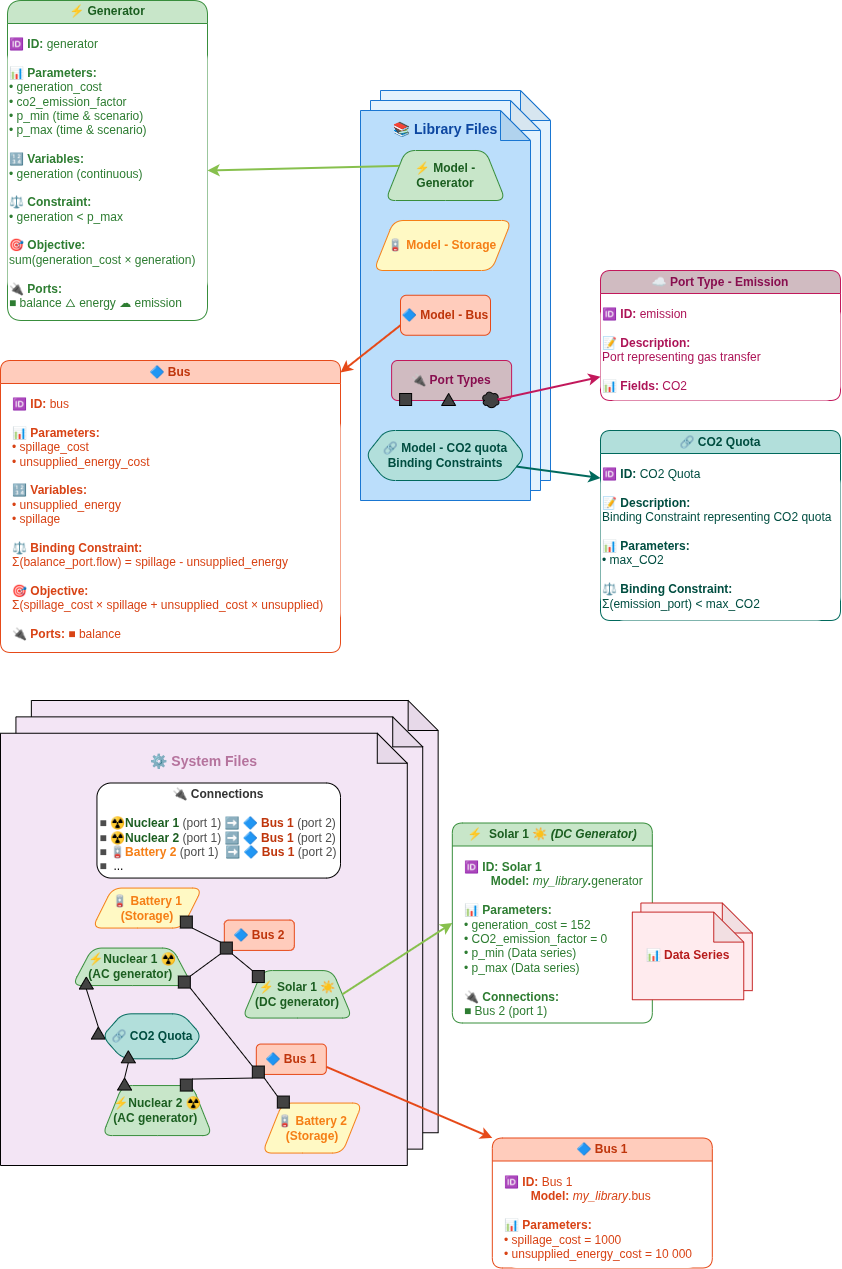
Above: doc/assets/6_GEMS_architecture.png in AntaresSimulatorTeam/GEMS (draw.io), before the change. Source tidied: cells renumbered, new cells last; positions are measured from the earlier drawing's top-left corner, leaving out a move shared by most shapes.
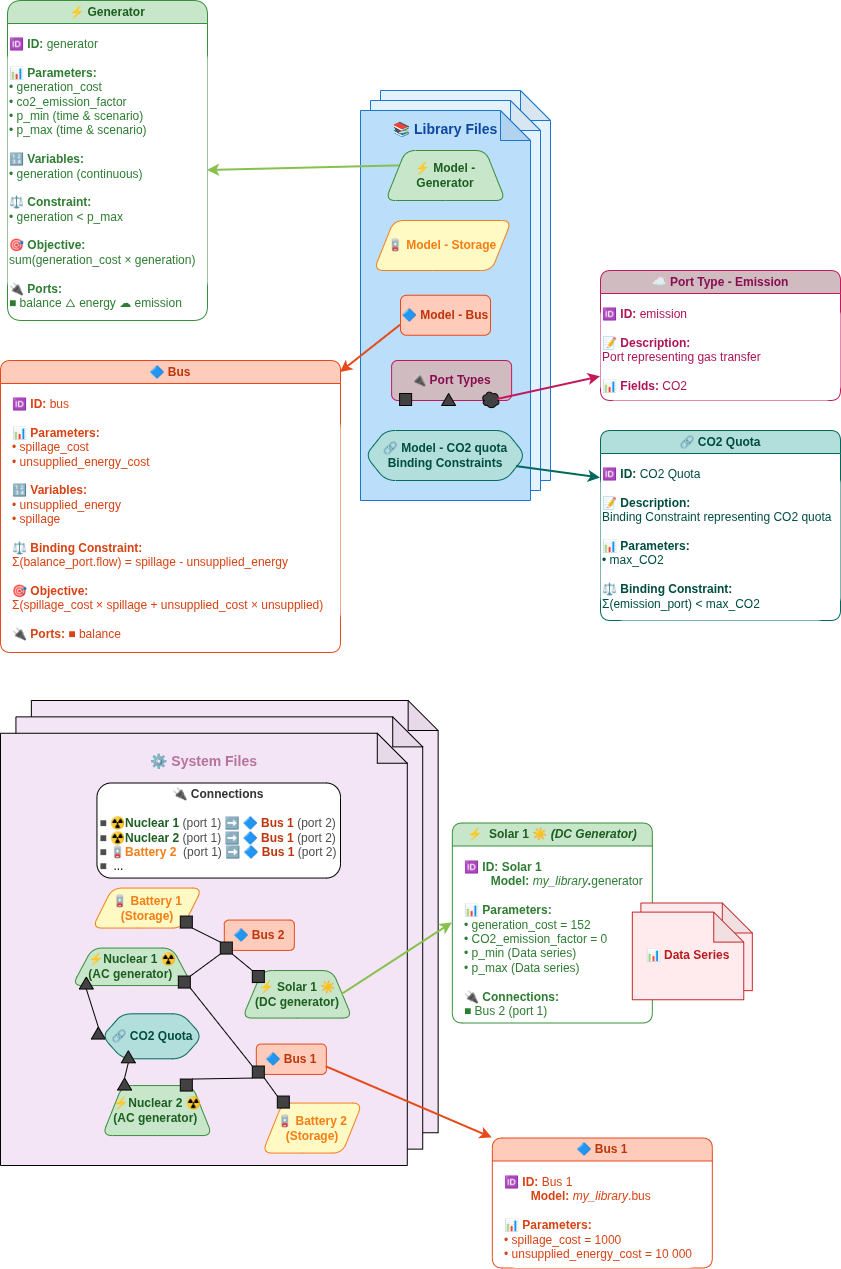
The same diagram one commit later.

The edit, as a diff of the source:
```diff
@@ -14,7 +14,7 @@
     <mxCell id="5" value="&lt;b&gt;&lt;font style=&quot;font-size: 14px; color: rgb(181, 115, 157);&quot;&gt;⚙️ System Files&lt;/font&gt;&lt;/b&gt;&lt;div&gt;&lt;font color=&quot;#b5739d&quot;&gt;&lt;span style=&quot;font-size: 14px;&quot;&gt;&lt;b&gt;&lt;br&gt;&lt;/b&gt;&lt;/span&gt;&lt;/font&gt;&lt;div&gt;&lt;b&gt;&lt;font size=&quot;3&quot; style=&quot;color: rgb(181, 115, 157);&quot;&gt;&lt;br&gt;&lt;/font&gt;&lt;/b&gt;&lt;/div&gt;&lt;div&gt;&lt;b&gt;&lt;font size=&quot;3&quot; style=&quot;color: rgb(181, 115, 157);&quot;&gt;&lt;br&gt;&lt;/font&gt;&lt;/b&gt;&lt;/div&gt;&lt;div&gt;&lt;b&gt;&lt;font size=&quot;3&quot; style=&quot;color: rgb(181, 115, 157);&quot;&gt;&lt;br&gt;&lt;/font&gt;&lt;/b&gt;&lt;/div&gt;&lt;div&gt;&lt;b&gt;&lt;font size=&quot;3&quot; style=&quot;color: rgb(181, 115, 157);&quot;&gt;&lt;br&gt;&lt;/font&gt;&lt;/b&gt;&lt;/div&gt;&lt;div&gt;&lt;font style=&quot;color: rgb(181, 115, 157);&quot;&gt;&lt;br&gt;&lt;/font&gt;&lt;/div&gt;&lt;div&gt;&lt;b&gt;&lt;font size=&quot;3&quot; style=&quot;color: rgb(181, 115, 157);&quot;&gt;&lt;br&gt;&lt;/font&gt;&lt;/b&gt;&lt;/div&gt;&lt;div&gt;&lt;b&gt;&lt;font size=&quot;3&quot; style=&quot;color: rgb(181, 115, 157);&quot;&gt;&lt;br&gt;&lt;/font&gt;&lt;/b&gt;&lt;/div&gt;&lt;div&gt;&lt;b&gt;&lt;font size=&quot;3&quot; style=&quot;color: rgb(181, 115, 157);&quot;&gt;&lt;br&gt;&lt;/font&gt;&lt;/b&gt;&lt;/div&gt;&lt;div&gt;&lt;b&gt;&lt;font size=&quot;3&quot; style=&quot;color: rgb(181, 115, 157);&quot;&gt;&lt;br&gt;&lt;/font&gt;&lt;/b&gt;&lt;/div&gt;&lt;div&gt;&lt;b&gt;&lt;font size=&quot;3&quot; style=&quot;color: rgb(181, 115, 157);&quot;&gt;&lt;br&gt;&lt;/font&gt;&lt;/b&gt;&lt;/div&gt;&lt;div&gt;&lt;b&gt;&lt;font size=&quot;3&quot; style=&quot;color: rgb(181, 115, 157);&quot;&gt;&lt;br&gt;&lt;/font&gt;&lt;/b&gt;&lt;/div&gt;&lt;div&gt;&lt;b&gt;&lt;font size=&quot;3&quot; style=&quot;color: rgb(181, 115, 157);&quot;&gt;&lt;br&gt;&lt;/font&gt;&lt;/b&gt;&lt;/div&gt;&lt;div&gt;&lt;b&gt;&lt;font size=&quot;3&quot; style=&quot;color: rgb(181, 115, 157);&quot;&gt;&lt;br&gt;&lt;/font&gt;&lt;/b&gt;&lt;/div&gt;&lt;div&gt;&lt;b&gt;&lt;font size=&quot;3&quot; style=&quot;color: rgb(181, 115, 157);&quot;&gt;&lt;br&gt;&lt;/font&gt;&lt;/b&gt;&lt;/div&gt;&lt;div&gt;&lt;b&gt;&lt;font size=&quot;3&quot; style=&quot;color: rgb(181, 115, 157);&quot;&gt;&lt;br&gt;&lt;/font&gt;&lt;/b&gt;&lt;/div&gt;&lt;div&gt;&lt;b&gt;&lt;font size=&quot;3&quot; style=&quot;color: rgb(181, 115, 157);&quot;&gt;&lt;br&gt;&lt;/font&gt;&lt;/b&gt;&lt;/div&gt;&lt;div&gt;&lt;br style=&quot;color: rgb(74, 20, 140); font-size: 14px; font-weight: 700;&quot;&gt;&lt;/div&gt;&lt;div&gt;&lt;br&gt;&lt;/div&gt;&lt;div&gt;&lt;br&gt;&lt;/div&gt;&lt;div&gt;&lt;br&gt;&lt;/div&gt;&lt;/div&gt;" style="shape=note;whiteSpace=wrap;html=1;backgroundOutline=1;darkOpacity=0.05;fillColor=#F3E5F5;" parent="2" vertex="1">
       <mxGeometry y="32.7" width="406.8" height="432.3" as="geometry" />
     </mxCell>
-    <mxCell id="6" value="&lt;div style=&quot;&quot;&gt;&lt;span style=&quot;color: rgb(77, 77, 77); background-color: transparent;&quot;&gt;&lt;b style=&quot;color: rgb(51, 51, 51);&quot;&gt;🔌&lt;/b&gt;&lt;span style=&quot;color: rgb(51, 51, 51); font-weight: 700;&quot;&gt;&amp;nbsp;Connections&lt;/span&gt;&lt;/span&gt;&lt;/div&gt;&lt;div style=&quot;text-align: left;&quot;&gt;&lt;span style=&quot;color: rgb(77, 77, 77); background-color: transparent;&quot;&gt;&lt;span style=&quot;color: rgb(51, 51, 51); font-weight: 700; text-align: center;&quot;&gt;&lt;br&gt;&lt;/span&gt;&lt;/span&gt;&lt;/div&gt;&lt;div style=&quot;text-align: left;&quot;&gt;&lt;span style=&quot;color: rgb(77, 77, 77); background-color: transparent;&quot;&gt;■&amp;nbsp;&lt;/span&gt;&lt;span style=&quot;color: rgb(27, 94, 32); font-weight: 700; background-color: transparent; text-align: center;&quot;&gt;☢️&lt;/span&gt;&lt;span style=&quot;background-color: transparent; color: rgb(27, 94, 32); font-weight: 700; text-align: center;&quot;&gt;Nuclear 1&lt;/span&gt;&lt;span style=&quot;background-color: transparent; color: rgb(77, 77, 77);&quot;&gt;&amp;nbsp;(port 1) ➡️&amp;nbsp;&lt;/span&gt;&lt;span style=&quot;color: rgb(191, 54, 12); font-weight: 700; background-color: transparent; text-align: center;&quot;&gt;🔷&lt;/span&gt;&lt;span style=&quot;background-color: transparent; color: rgb(77, 77, 77);&quot;&gt;&amp;nbsp;&lt;/span&gt;&lt;span style=&quot;background-color: transparent; color: rgb(191, 54, 12); font-weight: 700; text-align: center;&quot;&gt;Bus 1&lt;/span&gt;&lt;span style=&quot;background-color: transparent; color: rgb(77, 77, 77);&quot;&gt;&amp;nbsp;(port 2)&lt;/span&gt;&lt;/div&gt;&lt;div style=&quot;text-align: left;&quot;&gt;&lt;font style=&quot;color: rgb(77, 77, 77);&quot;&gt;■&amp;nbsp;&lt;/font&gt;&lt;span style=&quot;color: rgb(27, 94, 32); font-weight: 700; background-color: transparent; text-align: center;&quot;&gt;☢️&lt;/span&gt;&lt;font style=&quot;background-color: transparent; color: rgb(77, 77, 77);&quot;&gt;&lt;span style=&quot;color: rgb(27, 94, 32); font-weight: 700; text-align: center;&quot;&gt;Nuclear 2&lt;/span&gt;&amp;nbsp;(port 1) ➡️&amp;nbsp;&lt;/font&gt;&lt;span style=&quot;color: rgb(191, 54, 12); font-weight: 700; background-color: transparent; text-align: center;&quot;&gt;🔷&amp;nbsp;&lt;/span&gt;&lt;span style=&quot;background-color: transparent; color: rgb(191, 54, 12); font-weight: 700; text-align: center;&quot;&gt;Bus 1&lt;/span&gt;&lt;font style=&quot;background-color: transparent; color: rgb(77, 77, 77);&quot;&gt;&amp;nbsp;&lt;/font&gt;&lt;span style=&quot;background-color: transparent; color: rgb(77, 77, 77);&quot;&gt;(port 2)&lt;/span&gt;&lt;/div&gt;&lt;div style=&quot;text-align: left;&quot;&gt;&lt;font style=&quot;color: rgb(77, 77, 77);&quot;&gt;■&amp;nbsp;&lt;/font&gt;&lt;span style=&quot;color: rgb(245, 127, 23); font-weight: 700; background-color: transparent; text-align: center;&quot;&gt;🪫&lt;/span&gt;&lt;font style=&quot;background-color: transparent; color: rgb(77, 77, 77);&quot;&gt;&lt;span style=&quot;color: rgb(245, 127, 23); font-weight: 700; text-align: center;&quot;&gt;Battery 2&lt;/span&gt;&amp;nbsp;(port 1)&amp;nbsp; ➡️&amp;nbsp;&lt;/font&gt;&lt;span style=&quot;color: rgb(191, 54, 12); font-weight: 700; background-color: transparent; text-align: center;&quot;&gt;🔷&amp;nbsp;&lt;/span&gt;&lt;span style=&quot;background-color: transparent; color: rgb(191, 54, 12); font-weight: 700; text-align: center;&quot;&gt;Bus 1&lt;/span&gt;&lt;font style=&quot;background-color: transparent; color: rgb(77, 77, 77);&quot;&gt;&amp;nbsp;&lt;/font&gt;&lt;span style=&quot;background-color: transparent; color: rgb(77, 77, 77);&quot;&gt;(port 2)&lt;/span&gt;&lt;/div&gt;&lt;div style=&quot;text-align: left;&quot;&gt;&lt;span style=&quot;color: rgb(77, 77, 77); background-color: transparent;&quot;&gt;■&amp;nbsp;&amp;nbsp;&lt;/span&gt;...&lt;/div&gt;" style="rounded=1;whiteSpace=wrap;html=1;" parent="2" vertex="1">
+    <mxCell id="6" value="&lt;div style=&quot;&quot;&gt;&lt;span style=&quot;color: rgb(77, 77, 77); background-color: transparent;&quot;&gt;&lt;b style=&quot;color: rgb(51, 51, 51);&quot;&gt;🔌&lt;/b&gt;&lt;span style=&quot;color: rgb(51, 51, 51); font-weight: 700;&quot;&gt;&amp;nbsp;Connections&lt;/span&gt;&lt;/span&gt;&lt;/div&gt;&lt;div style=&quot;text-align: left;&quot;&gt;&lt;span style=&quot;color: rgb(77, 77, 77); background-color: transparent;&quot;&gt;&lt;span style=&quot;color: rgb(51, 51, 51); font-weight: 700; text-align: center;&quot;&gt;&lt;br&gt;&lt;/span&gt;&lt;/span&gt;&lt;/div&gt;&lt;div style=&quot;text-align: left;&quot;&gt;&lt;span style=&quot;color: rgb(77, 77, 77); background-color: transparent;&quot;&gt;■&amp;nbsp;&lt;/span&gt;&lt;span style=&quot;color: rgb(27, 94, 32); font-weight: 700; background-color: transparent; text-align: center;&quot;&gt;☢️&lt;/span&gt;&lt;span style=&quot;background-color: transparent; color: rgb(27, 94, 32); font-weight: 700; text-align: center;&quot;&gt;Nuclear 1&lt;/span&gt;&lt;span style=&quot;background-color: transparent; color: rgb(77, 77, 77);&quot;&gt;&amp;nbsp;(port 1) ➡️&amp;nbsp;&lt;/span&gt;&lt;span style=&quot;color: rgb(191, 54, 12); font-weight: 700; background-color: transparent; text-align: center;&quot;&gt;🔷&lt;/span&gt;&lt;span style=&quot;background-color: transparent; color: rgb(77, 77, 77);&quot;&gt;&amp;nbsp;&lt;/span&gt;&lt;span style=&quot;background-color: transparent; color: rgb(191, 54, 12); font-weight: 700; text-align: center;&quot;&gt;Bus 1&lt;/span&gt;&lt;span style=&quot;background-color: transparent; color: rgb(77, 77, 77);&quot;&gt;&amp;nbsp;(port 2)&lt;/span&gt;&lt;/div&gt;&lt;div style=&quot;text-align: left;&quot;&gt;&lt;font style=&quot;color: rgb(77, 77, 77);&quot;&gt;■&amp;nbsp;&lt;/font&gt;&lt;span style=&quot;color: rgb(27, 94, 32); font-weight: 700; background-color: transparent; text-align: center;&quot;&gt;☢️&lt;/span&gt;&lt;font style=&quot;background-color: transparent; color: rgb(77, 77, 77);&quot;&gt;&lt;span style=&quot;color: rgb(27, 94, 32); font-weight: 700; text-align: center;&quot;&gt;Nuclear 2&lt;/span&gt;&amp;nbsp;(port 1) ➡️&amp;nbsp;&lt;/font&gt;&lt;span style=&quot;color: rgb(191, 54, 12); font-weight: 700; background-color: transparent; text-align: center;&quot;&gt;🔷&amp;nbsp;&lt;/span&gt;&lt;span style=&quot;background-color: transparent; color: rgb(191, 54, 12); font-weight: 700; text-align: center;&quot;&gt;Bus 1&lt;/span&gt;&lt;font style=&quot;background-color: transparent; color: rgb(77, 77, 77);&quot;&gt;&amp;nbsp;&lt;/font&gt;&lt;span style=&quot;background-color: transparent; color: rgb(77, 77, 77);&quot;&gt;(port 2)&lt;/span&gt;&lt;/div&gt;&lt;div style=&quot;text-align: left;&quot;&gt;&lt;font style=&quot;color: rgb(77, 77, 77);&quot;&gt;■&amp;nbsp;&lt;/font&gt;&lt;span style=&quot;color: rgb(245, 127, 23); font-weight: 700; background-color: transparent; text-align: center;&quot;&gt;🪫&lt;/span&gt;&lt;font style=&quot;background-color: transparent; color: rgb(77, 77, 77);&quot;&gt;&lt;span style=&quot;color: rgb(245, 127, 23); font-weight: 700; text-align: center;&quot;&gt;Battery 2&lt;/span&gt;&amp;nbsp; (port 1) ➡️&amp;nbsp;&lt;/font&gt;&lt;span style=&quot;color: rgb(191, 54, 12); font-weight: 700; background-color: transparent; text-align: center;&quot;&gt;🔷&amp;nbsp;&lt;/span&gt;&lt;span style=&quot;background-color: transparent; color: rgb(191, 54, 12); font-weight: 700; text-align: center;&quot;&gt;Bus 1&lt;/span&gt;&lt;font style=&quot;background-color: transparent; color: rgb(77, 77, 77);&quot;&gt;&amp;nbsp;&lt;/font&gt;&lt;span style=&quot;background-color: transparent; color: rgb(77, 77, 77);&quot;&gt;(port 2)&lt;/span&gt;&lt;/div&gt;&lt;div style=&quot;text-align: left;&quot;&gt;&lt;span style=&quot;color: rgb(77, 77, 77); background-color: transparent;&quot;&gt;■&amp;nbsp;&amp;nbsp;&lt;/span&gt;...&lt;/div&gt;" style="rounded=1;whiteSpace=wrap;html=1;" parent="2" vertex="1">
       <mxGeometry x="96.5" y="82.5" width="243.6" height="95.1" as="geometry" />
     </mxCell>
     <mxCell id="7" style="group;" parent="2" vertex="1">
```
